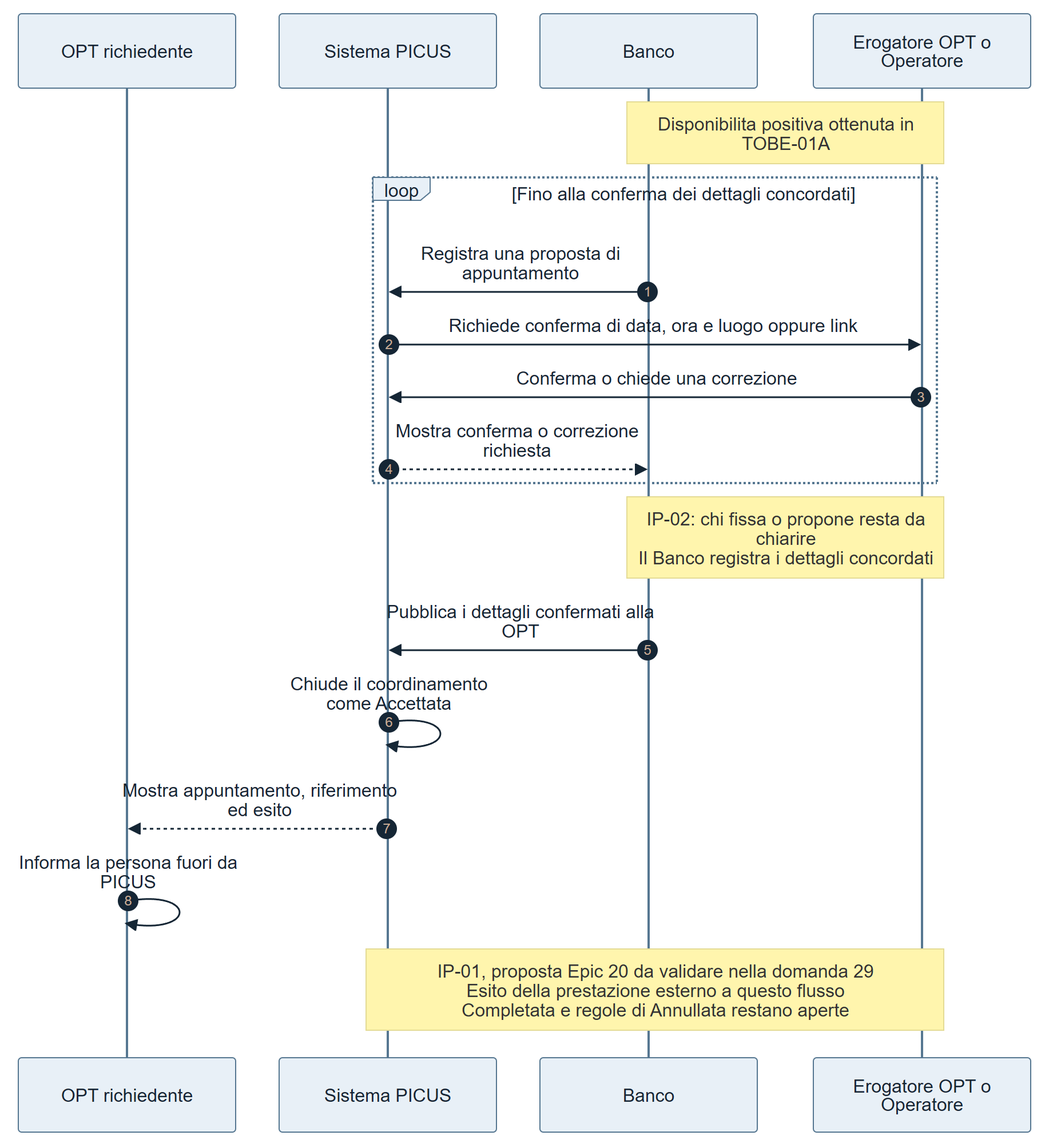
The Mermaid diagram docs/requirements/diagrams/to-be/TOBE-01B-appuntamento-esito.png in Pinguini-alla-Fragola/Progetto-SAD, before a commit. Its source is kept beside it as docs/requirements/diagrams/to-be/TOBE-01B-appuntamento-esito.mmd.
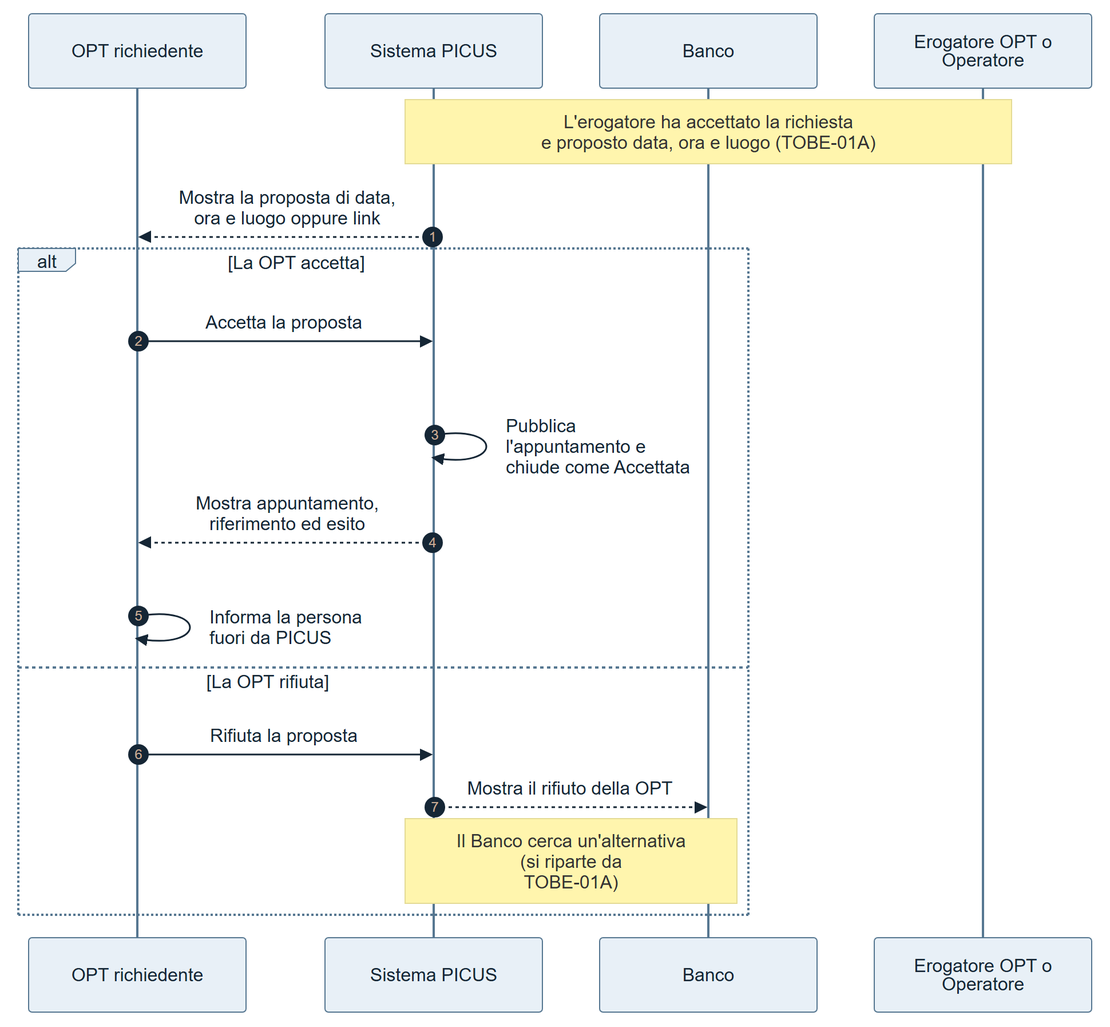
The same diagram one commit later.

Commit message:
docs(to-be): aggiorna i diagrammi di richiesta, appuntamento e rendicontazione

Change to the diagram source:
```diff
@@ -5,16 +5,15 @@
     participant B as Banco
     participant E as Erogatore OPT o Operatore
 
-    Note over B,E: Disponibilita positiva ottenuta in TOBE-01A
-    loop Fino alla conferma dei dettagli concordati
-        B->>S: Registra una proposta di appuntamento
-        S->>E: Richiede conferma di data, ora e luogo oppure link
-        E->>S: Conferma o chiede una correzione
-        S-->>B: Mostra conferma o correzione richiesta
+    Note over S,E: L'erogatore ha accettato la richiesta<br/>e proposto data, ora e luogo (TOBE-01A)
+    S-->>R: Mostra la proposta di data,<br/>ora e luogo oppure link
+    alt La OPT accetta
+        R->>S: Accetta la proposta
+        S->>S: Pubblica<br/>l'appuntamento e<br/>chiude come Accettata
+        S-->>R: Mostra appuntamento,<br/>riferimento ed esito
+        R->>R: Informa la persona<br/>fuori da PICUS
+    else La OPT rifiuta
+        R->>S: Rifiuta la proposta
+        S-->>B: Mostra il rifiuto della OPT
+        Note over S,B: Il Banco cerca un'alternativa<br/>(si riparte da TOBE-01A)
     end
-    Note over B,E: IP-02: chi fissa o propone resta da chiarire<br/>Il Banco registra i dettagli concordati
-    B->>S: Pubblica i dettagli confermati alla OPT
-    S->>S: Chiude il coordinamento come Accettata
-    S-->>R: Mostra appuntamento, riferimento ed esito
-    R->>R: Informa la persona fuori da PICUS
-    Note over S,E: IP-01, proposta Epic 20 da validare nella domanda 29<br/>Esito della prestazione esterno a questo flusso<br/>Completata e regole di Annullata restano aperte
```
